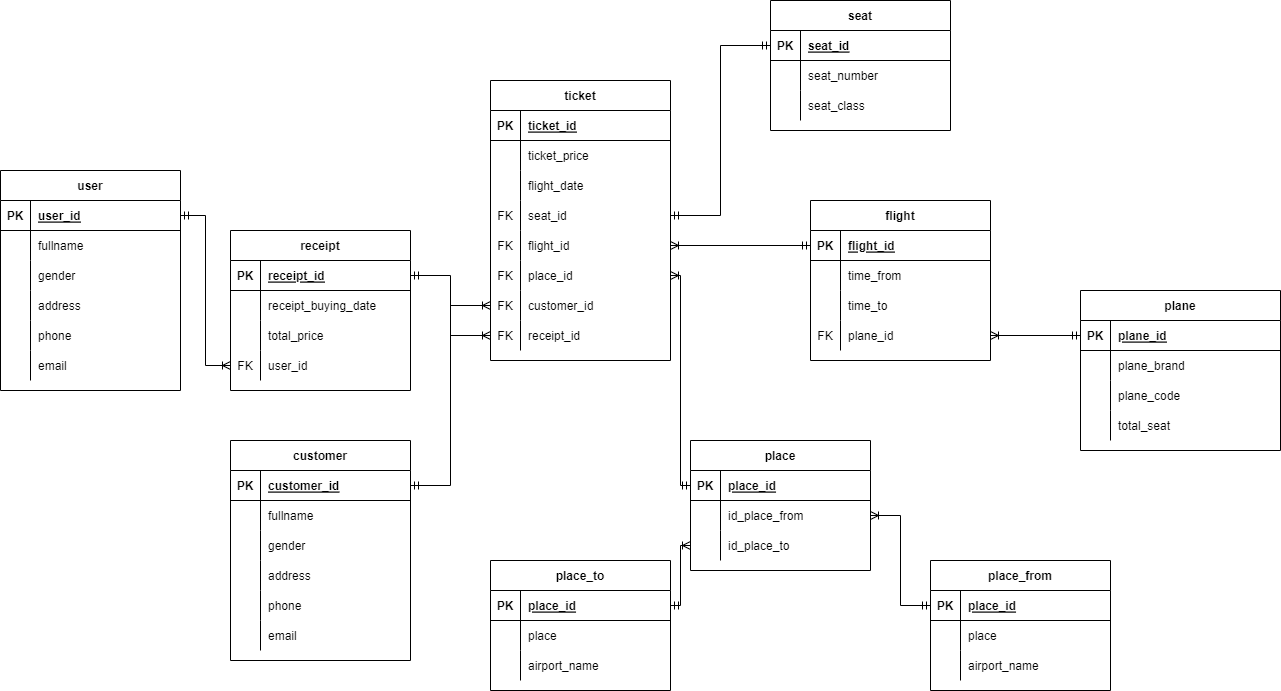
The draw.io diagram database/Database.png in GumBox/CloudAirlineG8, before a commit. Source tidied: cells renumbered, new cells last; positions are measured from the earlier drawing's top-left corner, leaving out a move shared by most shapes.
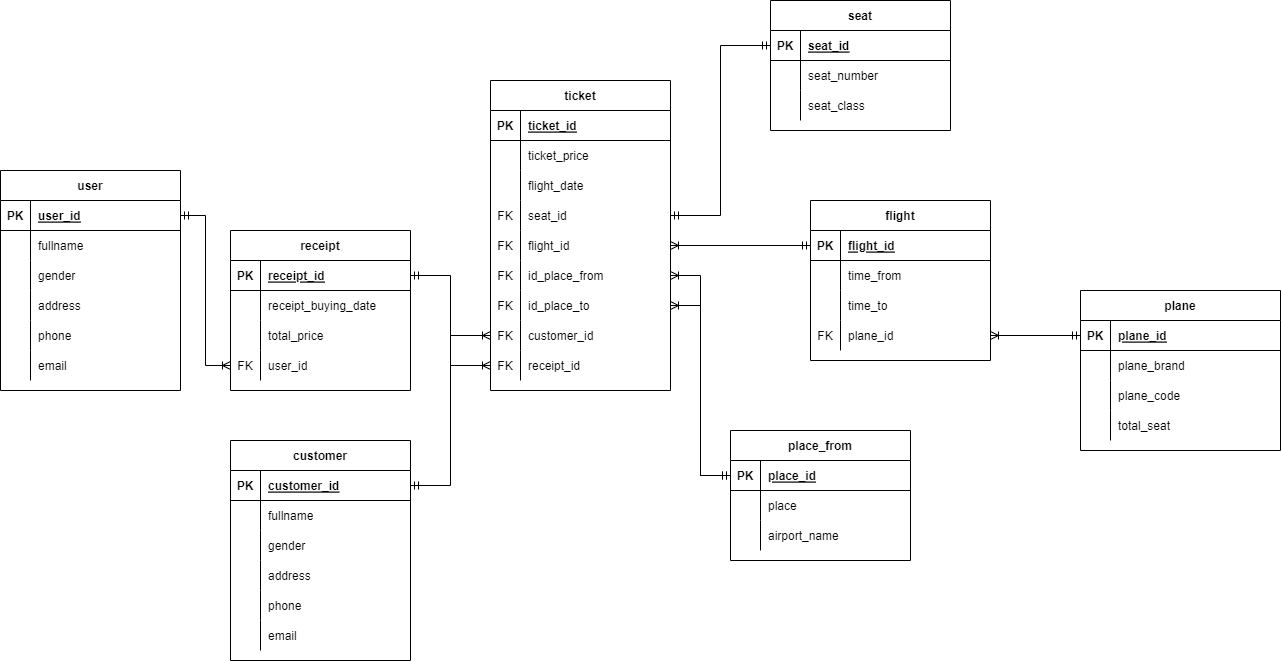
After the commit.

Diff of the diagram source:
```diff
@@ -60,7 +60,7 @@
       <mxGeometry x="30" width="150" height="30" as="geometry" />
     </mxCell>
     <mxCell id="21" value="ticket" style="shape=table;startSize=30;rowLines=0;fontStyle=1;align=center;verticalAlign=middle;" parent="1" vertex="1">
-      <mxGeometry x="490" y="80" width="180" height="280" as="geometry" />
+      <mxGeometry x="490" y="80" width="180" height="310" as="geometry" />
     </mxCell>
     <mxCell id="22" style="shape=tableRow;horizontal=0;startSize=0;swimlaneHead=0;swimlaneBody=0;fillColor=none;top=0;left=0;right=0;bottom=1;" parent="21" vertex="1">
       <mxGeometry y="30" width="180" height="30" as="geometry" />
@@ -113,11 +113,20 @@
     <mxCell id="38" value="FK" style="shape=partialRectangle;fillColor=none;top=0;left=0;bottom=0;right=0;overflow=hidden;" parent="37" vertex="1">
       <mxGeometry width="30" height="30" as="geometry" />
     </mxCell>
-    <mxCell id="39" value="place_id" style="shape=partialRectangle;fillColor=none;top=0;left=0;bottom=0;right=0;align=left;spacingLeft=6;overflow=hidden;" parent="37" vertex="1">
+    <mxCell id="39" value="id_place_from" style="shape=partialRectangle;fillColor=none;top=0;left=0;bottom=0;right=0;align=left;spacingLeft=6;overflow=hidden;" parent="37" vertex="1">
       <mxGeometry x="30" width="150" height="30" as="geometry" />
     </mxCell>
+    <mxCell id="153" style="shape=tableRow;horizontal=0;startSize=0;swimlaneHead=0;swimlaneBody=0;fillColor=none;points=[[0,0.5],[1,0.5]];portConstraint=eastwest;top=0;left=0;right=0;bottom=0;" parent="21" vertex="1">
+      <mxGeometry y="210" width="180" height="30" as="geometry" />
+    </mxCell>
+    <mxCell id="154" value="FK" style="shape=partialRectangle;fillColor=none;top=0;left=0;bottom=0;right=0;overflow=hidden;" parent="153" vertex="1">
+      <mxGeometry width="30" height="30" as="geometry" />
+    </mxCell>
+    <mxCell id="150" value="id_place_to" style="shape=partialRectangle;fillColor=none;top=0;left=0;bottom=0;right=0;align=left;spacingLeft=6;overflow=hidden;" parent="153" vertex="1">
+      <mxGeometry x="30" width="150" height="30" as="geometry" />
+    </mxCell>
     <mxCell id="40" style="shape=tableRow;horizontal=0;startSize=0;swimlaneHead=0;swimlaneBody=0;fillColor=none;points=[[0,0.5],[1,0.5]];portConstraint=eastwest;top=0;left=0;right=0;bottom=0;" parent="21" vertex="1">
-      <mxGeometry y="210" width="180" height="30" as="geometry" />
+      <mxGeometry y="240" width="180" height="30" as="geometry" />
     </mxCell>
     <mxCell id="41" value="FK" style="shape=partialRectangle;fillColor=none;top=0;left=0;bottom=0;right=0;overflow=hidden;" parent="40" vertex="1">
       <mxGeometry width="30" height="30" as="geometry" />
@@ -126,7 +135,7 @@
       <mxGeometry x="30" width="150" height="30" as="geometry" />
     </mxCell>
     <mxCell id="43" style="shape=tableRow;horizontal=0;startSize=0;swimlaneHead=0;swimlaneBody=0;fillColor=none;points=[[0,0.5],[1,0.5]];portConstraint=eastwest;top=0;left=0;right=0;bottom=0;" parent="21" vertex="1">
-      <mxGeometry y="240" width="180" height="30" as="geometry" />
+      <mxGeometry y="270" width="180" height="30" as="geometry" />
     </mxCell>
     <mxCell id="44" value="FK" style="shape=partialRectangle;fillColor=none;top=0;left=0;bottom=0;right=0;overflow=hidden;" parent="43" vertex="1">
       <mxGeometry width="30" height="30" as="geometry" />
@@ -174,7 +183,7 @@
       <mxGeometry x="30" width="150" height="30" as="geometry" />
     </mxCell>
     <mxCell id="59" value="place_from" style="shape=table;startSize=30;rowLines=0;fontStyle=1;align=center;verticalAlign=middle;" parent="1" vertex="1">
-      <mxGeometry x="930" y="560" width="180" height="130" as="geometry" />
+      <mxGeometry x="730" y="430" width="180" height="130" as="geometry" />
     </mxCell>
     <mxCell id="60" style="shape=tableRow;horizontal=0;startSize=0;swimlaneHead=0;swimlaneBody=0;fillColor=none;points=[[0,0.5],[1,0.5]];portConstraint=eastwest;top=0;left=0;right=0;bottom=1;" parent="59" vertex="1">
       <mxGeometry y="30" width="180" height="30" as="geometry" />
@@ -203,7 +212,7 @@
     <mxCell id="68" value="airport_name" style="shape=partialRectangle;fillColor=none;top=0;left=0;bottom=0;right=0;align=left;spacingLeft=6;overflow=hidden;" parent="66" vertex="1">
       <mxGeometry x="30" width="150" height="30" as="geometry" />
     </mxCell>
-    <mxCell id="69" style="fontSize=12;html=1;endArrow=ERoneToMany;startArrow=ERmandOne;rounded=0;edgeStyle=orthogonalEdgeStyle;" parent="1" edge="1" source="60" target="145">
+    <mxCell id="69" style="fontSize=12;html=1;endArrow=ERoneToMany;startArrow=ERmandOne;rounded=0;edgeStyle=orthogonalEdgeStyle;" parent="1" edge="1" source="60" target="37">
       <mxGeometry relative="1" as="geometry" />
     </mxCell>
     <mxCell id="70" value="receipt" style="shape=table;startSize=30;rowLines=0;fontStyle=1;align=center;verticalAlign=middle;" parent="1" vertex="1">
@@ -389,71 +398,8 @@
     <mxCell id="130" style="edgeStyle=orthogonalEdgeStyle;fontSize=12;html=1;endArrow=ERmandOne;startArrow=ERmandOne;rounded=0;" parent="1" edge="1" source="31" target="121">
       <mxGeometry relative="1" as="geometry" />
     </mxCell>
-    <mxCell id="131" value="place_to" style="shape=table;startSize=30;rowLines=0;fontStyle=1;align=center;verticalAlign=middle;" parent="1" vertex="1">
-      <mxGeometry x="490" y="560" width="180" height="130" as="geometry" />
-    </mxCell>
-    <mxCell id="132" style="shape=tableRow;horizontal=0;startSize=0;swimlaneHead=0;swimlaneBody=0;fillColor=none;points=[[0,0.5],[1,0.5]];portConstraint=eastwest;top=0;left=0;right=0;bottom=1;" parent="131" vertex="1">
-      <mxGeometry y="30" width="180" height="30" as="geometry" />
-    </mxCell>
-    <mxCell id="133" value="PK" style="shape=partialRectangle;fillColor=none;top=0;left=0;bottom=0;right=0;fontStyle=1;overflow=hidden;" parent="132" vertex="1">
-      <mxGeometry width="30" height="30" as="geometry" />
-    </mxCell>
-    <mxCell id="134" value="place_id" style="shape=partialRectangle;fillColor=none;top=0;left=0;bottom=0;right=0;align=left;spacingLeft=6;fontStyle=5;overflow=hidden;" parent="132" vertex="1">
-      <mxGeometry x="30" width="150" height="30" as="geometry" />
-    </mxCell>
-    <mxCell id="135" style="shape=tableRow;horizontal=0;startSize=0;swimlaneHead=0;swimlaneBody=0;fillColor=none;top=0;left=0;right=0;bottom=0;" parent="131" vertex="1">
-      <mxGeometry y="60" width="180" height="30" as="geometry" />
-    </mxCell>
-    <mxCell id="136" style="shape=partialRectangle;fillColor=none;top=0;left=0;bottom=0;right=0;overflow=hidden;" parent="135" vertex="1">
-      <mxGeometry width="30" height="30" as="geometry" />
-    </mxCell>
-    <mxCell id="137" value="place" style="shape=partialRectangle;fillColor=none;top=0;left=0;bottom=0;right=0;align=left;spacingLeft=6;overflow=hidden;" parent="135" vertex="1">
-      <mxGeometry x="30" width="150" height="30" as="geometry" />
-    </mxCell>
-    <mxCell id="138" style="shape=tableRow;horizontal=0;startSize=0;swimlaneHead=0;swimlaneBody=0;fillColor=none;top=0;left=0;right=0;bottom=0;" parent="131" vertex="1">
-      <mxGeometry y="90" width="180" height="30" as="geometry" />
-    </mxCell>
-    <mxCell id="139" style="shape=partialRectangle;fillColor=none;top=0;left=0;bottom=0;right=0;overflow=hidden;" parent="138" vertex="1">
-      <mxGeometry width="30" height="30" as="geometry" />
-    </mxCell>
-    <mxCell id="140" value="airport_name" style="shape=partialRectangle;fillColor=none;top=0;left=0;bottom=0;right=0;align=left;spacingLeft=6;overflow=hidden;" parent="138" vertex="1">
-      <mxGeometry x="30" width="150" height="30" as="geometry" />
-    </mxCell>
-    <mxCell id="141" value="place" style="shape=table;startSize=30;rowLines=0;fontStyle=1;align=center;verticalAlign=middle;" parent="1" vertex="1">
-      <mxGeometry x="690" y="440" width="180" height="130" as="geometry" />
-    </mxCell>
-    <mxCell id="142" style="shape=tableRow;horizontal=0;startSize=0;swimlaneHead=0;swimlaneBody=0;fillColor=none;points=[[0,0.5],[1,0.5]];portConstraint=eastwest;top=0;left=0;right=0;bottom=1;" parent="141" vertex="1">
-      <mxGeometry y="30" width="180" height="30" as="geometry" />
-    </mxCell>
-    <mxCell id="143" value="PK" style="shape=partialRectangle;fillColor=none;top=0;left=0;bottom=0;right=0;fontStyle=1;overflow=hidden;" parent="142" vertex="1">
-      <mxGeometry width="30" height="30" as="geometry" />
-    </mxCell>
-    <mxCell id="144" value="place_id" style="shape=partialRectangle;fillColor=none;top=0;left=0;bottom=0;right=0;align=left;spacingLeft=6;fontStyle=5;overflow=hidden;" parent="142" vertex="1">
-      <mxGeometry x="30" width="150" height="30" as="geometry" />
-    </mxCell>
-    <mxCell id="145" style="shape=tableRow;horizontal=0;startSize=0;swimlaneHead=0;swimlaneBody=0;fillColor=none;points=[[0,0.5],[1,0.5]];portConstraint=eastwest;top=0;left=0;right=0;bottom=0;" parent="141" vertex="1">
-      <mxGeometry y="60" width="180" height="30" as="geometry" />
-    </mxCell>
-    <mxCell id="146" style="shape=partialRectangle;fillColor=none;top=0;left=0;bottom=0;right=0;overflow=hidden;" parent="145" vertex="1">
-      <mxGeometry width="30" height="30" as="geometry" />
-    </mxCell>
-    <mxCell id="147" value="id_place_from" style="shape=partialRectangle;fillColor=none;top=0;left=0;bottom=0;right=0;align=left;spacingLeft=6;overflow=hidden;" parent="145" vertex="1">
-      <mxGeometry x="30" width="150" height="30" as="geometry" />
-    </mxCell>
-    <mxCell id="148" style="shape=tableRow;horizontal=0;startSize=0;swimlaneHead=0;swimlaneBody=0;fillColor=none;points=[[0,0.5],[1,0.5]];portConstraint=eastwest;top=0;left=0;right=0;bottom=0;" parent="141" vertex="1">
-      <mxGeometry y="90" width="180" height="30" as="geometry" />
-    </mxCell>
-    <mxCell id="149" style="shape=partialRectangle;fillColor=none;top=0;left=0;bottom=0;right=0;overflow=hidden;" parent="148" vertex="1">
-      <mxGeometry width="30" height="30" as="geometry" />
-    </mxCell>
-    <mxCell id="150" value="id_place_to" style="shape=partialRectangle;fillColor=none;top=0;left=0;bottom=0;right=0;align=left;spacingLeft=6;overflow=hidden;" parent="148" vertex="1">
-      <mxGeometry x="30" width="150" height="30" as="geometry" />
-    </mxCell>
-    <mxCell id="151" style="fontSize=12;html=1;endArrow=ERoneToMany;startArrow=ERmandOne;rounded=0;edgeStyle=orthogonalEdgeStyle;" parent="1" edge="1" source="132" target="148">
-      <mxGeometry relative="1" as="geometry" />
-    </mxCell>
-    <mxCell id="152" style="fontSize=12;html=1;endArrow=ERoneToMany;startArrow=ERmandOne;rounded=0;edgeStyle=orthogonalEdgeStyle;" parent="1" edge="1" source="142" target="37">
-      <mxGeometry relative="1" as="geometry" />
-    </mxCell>
+    <mxCell id="155" style="fontSize=12;html=1;endArrow=ERoneToMany;startArrow=ERmandOne;rounded=0;edgeStyle=orthogonalEdgeStyle;" parent="1" edge="1" source="60" target="153">
+      <mxGeometry relative="1" as="geometry" />
+    </mxCell>
   </root>
 </mxGraphModel>
```
